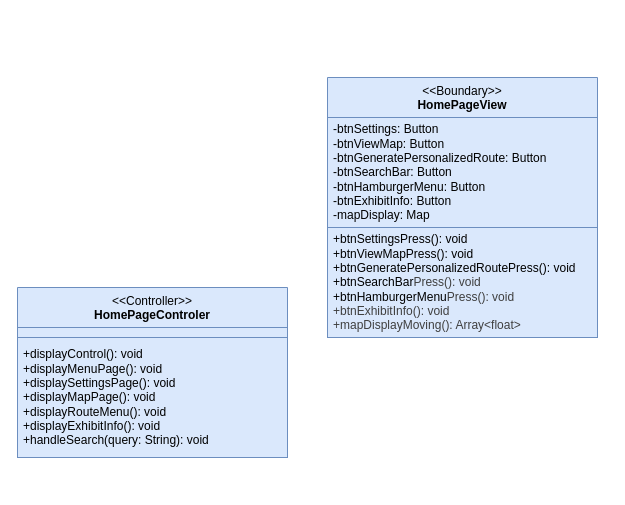
Before: Class Diagrams/Home Page.drawio in gsklaven/MusePath, a draw.io diagram. Source tidied: cells renumbered, new cells numbered last; positions are measured from the earlier drawing's top-left corner, leaving out a move shared by most shapes. Both pictures are drawn from the tidied source at 100%, with x=0, y=0 at pixel (17, 77).
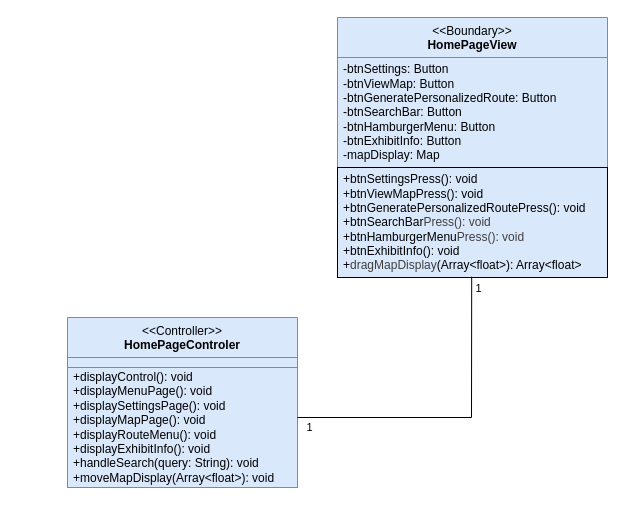
Above is the later version.

Diff of the diagram source:
```diff
@@
 <mxGraphModel>
   <root>
     <mxCell id="0" />
     <mxCell id="1" parent="0" />
     <mxCell id="2" value="&amp;lt;&amp;lt;Boundary&amp;gt;&amp;gt;&lt;br&gt;&lt;b&gt;HomePageView&lt;/b&gt;" style="swimlane;fontStyle=0;align=center;verticalAlign=top;horizontal=1;startSize=40;html=1;whiteSpace=wrap;fillColor=#dae8fc;strokeColor=#6c8ebf;swimlaneFillColor=none;gradientColor=none;fillStyle=auto;" parent="1" vertex="1">
-      <mxGeometry x="310" width="270" height="260" as="geometry" />
+      <mxGeometry x="320" y="-60" width="270" height="260" as="geometry" />
     </mxCell>
     <mxCell id="3" value="-btnSettings: Button&lt;div&gt;-btnViewMap: Button&lt;/div&gt;&lt;div&gt;-btnGeneratePersonalizedRoute: Button&lt;/div&gt;&lt;div&gt;-btnSearchBar: Button&lt;/div&gt;&lt;div&gt;-btnHamburgerMenu: Button&lt;/div&gt;&lt;div&gt;-btnExhibitInfo: Button&lt;/div&gt;&lt;div&gt;-mapDisplay: Map&lt;/div&gt;" style="text;html=1;strokeColor=#6c8ebf;fillColor=#dae8fc;align=left;verticalAlign=middle;spacingLeft=4;spacingRight=4;overflow=hidden;whiteSpace=wrap;swimlaneFillColor=none;gradientColor=none;fillStyle=auto;" parent="2" vertex="1">
       <mxGeometry y="40" width="270" height="110" as="geometry" />
     </mxCell>
-    <mxCell id="4" value="&lt;span style=&quot;color: rgb(0, 0, 0);&quot;&gt;+btnSettingsPress(): void&lt;/span&gt;&lt;div&gt;+btnViewMapPress(): void&lt;/div&gt;&lt;div&gt;+btnGeneratePersonalizedRoutePress(): void&lt;/div&gt;&lt;div&gt;+btnSearchBar&lt;span style=&quot;color: rgb(63, 63, 63); background-color: transparent;&quot;&gt;Press(): void&lt;/span&gt;&lt;/div&gt;&lt;div&gt;+btnHamburgerMenu&lt;span style=&quot;color: rgb(63, 63, 63); background-color: transparent;&quot;&gt;Press(): void&lt;/span&gt;&lt;/div&gt;&lt;div&gt;&lt;span style=&quot;color: rgb(63, 63, 63); background-color: transparent;&quot;&gt;+btnExhibitInfo(): void&lt;/span&gt;&lt;/div&gt;&lt;div&gt;&lt;span style=&quot;color: rgb(63, 63, 63); background-color: transparent;&quot;&gt;+mapDisplayMoving(): Array&amp;lt;float&amp;gt;&lt;/span&gt;&lt;/div&gt;" style="text;html=1;strokeColor=#6c8ebf;fillColor=#dae8fc;align=left;verticalAlign=middle;spacingLeft=4;spacingRight=4;overflow=hidden;points=[[0,0.5],[1,0.5]];portConstraint=eastwest;whiteSpace=wrap;swimlaneFillColor=none;gradientColor=none;fillStyle=auto;" parent="2" vertex="1">
+    <mxCell id="4" value="&lt;span&gt;&lt;font style=&quot;color: rgb(0, 0, 0);&quot;&gt;+btnSettingsPress(): void&lt;/font&gt;&lt;/span&gt;&lt;div&gt;&lt;font style=&quot;color: rgb(0, 0, 0);&quot;&gt;+btnViewMapPress(): void&lt;/font&gt;&lt;/div&gt;&lt;div&gt;&lt;font style=&quot;color: rgb(0, 0, 0);&quot;&gt;+btnGeneratePersonalizedRoutePress(): void&lt;/font&gt;&lt;/div&gt;&lt;div&gt;&lt;font style=&quot;color: rgb(0, 0, 0);&quot;&gt;+btnSearchBar&lt;span style=&quot;background-color: transparent; color: rgb(63, 63, 63);&quot;&gt;Press(): void&lt;/span&gt;&lt;/font&gt;&lt;/div&gt;&lt;div&gt;&lt;font style=&quot;color: rgb(0, 0, 0);&quot;&gt;+btnHamburgerMenu&lt;span style=&quot;background-color: transparent; color: rgb(63, 63, 63);&quot;&gt;Press(): void&lt;/span&gt;&lt;/font&gt;&lt;/div&gt;&lt;div&gt;&lt;span style=&quot;background-color: transparent; color: rgb(63, 63, 63);&quot;&gt;&lt;font style=&quot;color: rgb(0, 0, 0);&quot;&gt;+btnExhibitInfo(): void&lt;/font&gt;&lt;/span&gt;&lt;/div&gt;&lt;div&gt;&lt;font style=&quot;color: rgb(0, 0, 0);&quot;&gt;&lt;span style=&quot;background-color: transparent; box-shadow: none !important;&quot;&gt;+&lt;/span&gt;&lt;span style=&quot;background-color: transparent; box-shadow: none !important; color: rgb(63, 63, 63);&quot;&gt;&lt;font&gt;dragMapDisplay&lt;/font&gt;&lt;/span&gt;&lt;span style=&quot;background-color: transparent; box-shadow: none !important;&quot;&gt;(&lt;/span&gt;&lt;span style=&quot;background-color: transparent; box-shadow: none !important;&quot;&gt;Array&amp;lt;float&amp;gt;&lt;/span&gt;&lt;span style=&quot;background-color: transparent; box-shadow: none !important;&quot;&gt;): Array&amp;lt;float&amp;gt;&lt;/span&gt;&lt;/font&gt;&lt;/div&gt;" style="text;html=1;strokeColor=#000000;fillColor=#dae8fc;align=left;verticalAlign=middle;spacingLeft=4;spacingRight=4;overflow=hidden;points=[[0,0.5],[1,0.5]];portConstraint=eastwest;whiteSpace=wrap;swimlaneFillColor=none;gradientColor=none;fillStyle=auto;" parent="2" vertex="1">
       <mxGeometry y="150" width="270" height="110" as="geometry" />
     </mxCell>
-    <mxCell id="5" value="&amp;lt;&amp;lt;Controller&amp;gt;&amp;gt;&lt;br&gt;&lt;b&gt;HomePageControler&lt;/b&gt;" style="swimlane;fontStyle=0;align=center;verticalAlign=top;horizontal=1;startSize=40;html=1;whiteSpace=wrap;fillColor=#dae8fc;strokeColor=#6c8ebf;swimlaneFillColor=none;gradientColor=none;fillStyle=auto;" parent="1" vertex="1">
-      <mxGeometry y="210" width="270" height="170" as="geometry" />
+    <mxCell id="5" value="&lt;font style=&quot;color: rgb(0, 0, 0);&quot;&gt;&amp;lt;&amp;lt;Controller&amp;gt;&amp;gt;&lt;br&gt;&lt;b&gt;HomePageControler&lt;/b&gt;&lt;/font&gt;" style="swimlane;fontStyle=0;align=center;verticalAlign=top;horizontal=1;startSize=40;html=1;whiteSpace=wrap;fillColor=#dae8fc;strokeColor=#6c8ebf;swimlaneFillColor=none;gradientColor=none;fillStyle=auto;" parent="1" vertex="1">
+      <mxGeometry x="50" y="240" width="230" height="170" as="geometry" />
     </mxCell>
     <mxCell id="6" style="text;html=1;strokeColor=#6c8ebf;fillColor=#dae8fc;align=left;verticalAlign=middle;spacingLeft=4;spacingRight=4;overflow=hidden;whiteSpace=wrap;swimlaneFillColor=none;gradientColor=none;fillStyle=auto;" parent="5" vertex="1">
-      <mxGeometry y="40" width="270" height="10" as="geometry" />
+      <mxGeometry y="40" width="230" height="10" as="geometry" />
     </mxCell>
-    <mxCell id="7" value="&lt;div&gt;+displayControl(): void&lt;/div&gt;+displayMenuPage(): void&lt;div&gt;+displaySettingsPage(): void&lt;/div&gt;&lt;div&gt;+displayMapPage(): void&lt;/div&gt;&lt;div&gt;+displayRouteMenu(): void&lt;/div&gt;&lt;div&gt;+displayExhibitInfo(): void&lt;/div&gt;&lt;div&gt;+handleSearch(query: String): void&lt;/div&gt;" style="text;html=1;strokeColor=#6c8ebf;fillColor=#dae8fc;align=left;verticalAlign=middle;spacingLeft=4;spacingRight=4;overflow=hidden;whiteSpace=wrap;swimlaneFillColor=none;gradientColor=none;fillStyle=auto;" parent="5" vertex="1">
-      <mxGeometry y="50" width="270" height="120" as="geometry" />
+    <mxCell id="7" value="&lt;div&gt;&lt;font style=&quot;color: rgb(0, 0, 0);&quot;&gt;+displayControl(): void&lt;/font&gt;&lt;/div&gt;&lt;font style=&quot;color: rgb(0, 0, 0);&quot;&gt;+displayMenuPage(): void&lt;/font&gt;&lt;div&gt;&lt;font style=&quot;color: rgb(0, 0, 0);&quot;&gt;+displaySettingsPage(): void&lt;/font&gt;&lt;/div&gt;&lt;div&gt;&lt;font style=&quot;color: rgb(0, 0, 0);&quot;&gt;+displayMapPage(): void&lt;/font&gt;&lt;/div&gt;&lt;div&gt;&lt;font style=&quot;color: rgb(0, 0, 0);&quot;&gt;+displayRouteMenu(): void&lt;/font&gt;&lt;/div&gt;&lt;div&gt;&lt;font style=&quot;color: rgb(0, 0, 0);&quot;&gt;+displayExhibitInfo(): void&lt;/font&gt;&lt;/div&gt;&lt;div&gt;&lt;font style=&quot;color: rgb(0, 0, 0);&quot;&gt;+handleSearch(query: String): void&lt;/font&gt;&lt;/div&gt;&lt;div&gt;&lt;font style=&quot;color: rgb(0, 0, 0);&quot;&gt;+moveMapDisplay(Array&amp;lt;float&amp;gt;): void&lt;/font&gt;&lt;/div&gt;" style="text;html=1;strokeColor=#6c8ebf;fillColor=#dae8fc;align=left;verticalAlign=middle;spacingLeft=4;spacingRight=4;overflow=hidden;whiteSpace=wrap;swimlaneFillColor=none;gradientColor=none;fillStyle=auto;" parent="5" vertex="1">
+      <mxGeometry y="50" width="230" height="120" as="geometry" />
     </mxCell>
+    <mxCell id="8" style="endArrow=none;startArrow=none;endFill=0;startFill=0;endSize=8;html=1;verticalAlign=bottom;labelBackgroundColor=none;strokeWidth=1;entryX=0.497;entryY=0.993;entryDx=0;entryDy=0;entryPerimeter=0;strokeColor=default;rounded=0;curved=0;" parent="1" edge="1" target="4">
+      <mxGeometry relative="1" as="geometry">
+        <mxPoint x="280" y="340" as="sourcePoint" />
+        <Array as="points">
+          <mxPoint x="454" y="340" />
+        </Array>
+      </mxGeometry>
+    </mxCell>
+    <mxCell id="9" value="1" style="edgeLabel;html=1;align=center;verticalAlign=middle;" parent="8" vertex="1">
+      <mxGeometry x="0.93" y="-1" relative="1" as="geometry">
+        <mxPoint x="5" as="offset" />
+      </mxGeometry>
+    </mxCell>
+    <mxCell id="10" value="1" style="edgeLabel;html=1;align=center;verticalAlign=middle;" parent="1" vertex="1">
+      <mxGeometry x="470.2" y="221.2" as="geometry">
+        <mxPoint x="-179" y="128" as="offset" />
+      </mxGeometry>
+    </mxCell>
   </root>
 </mxGraphModel>
```
